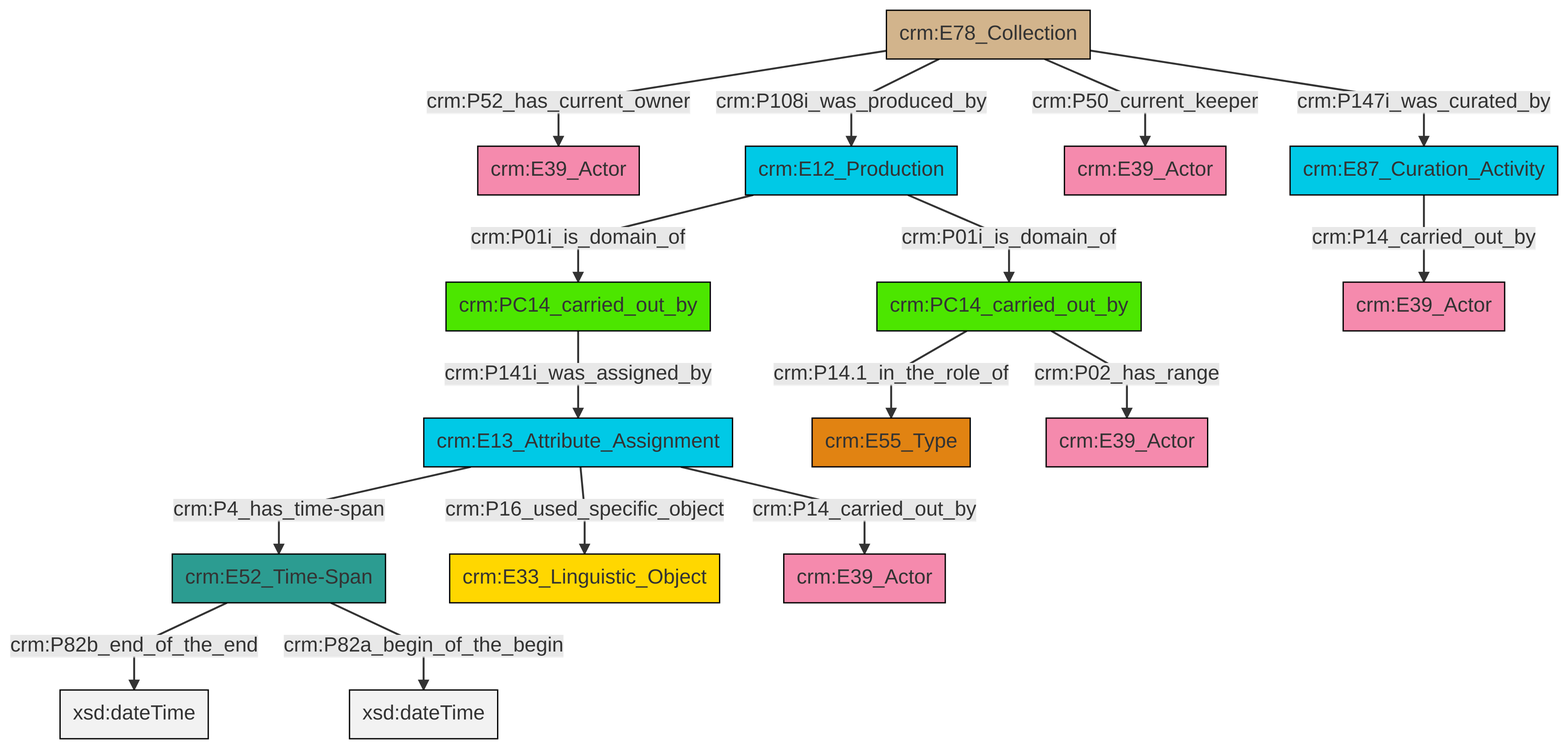
This is et/archivalCSV/ttl/mmd/png/archival_relation.png from swiss-art-research-net/docs.swissartresearch, a Mermaid export, as it was before one commit. Its source is kept beside it as et/archivalCSV/ttl/mmd/archival_relation.ttl.mmd.
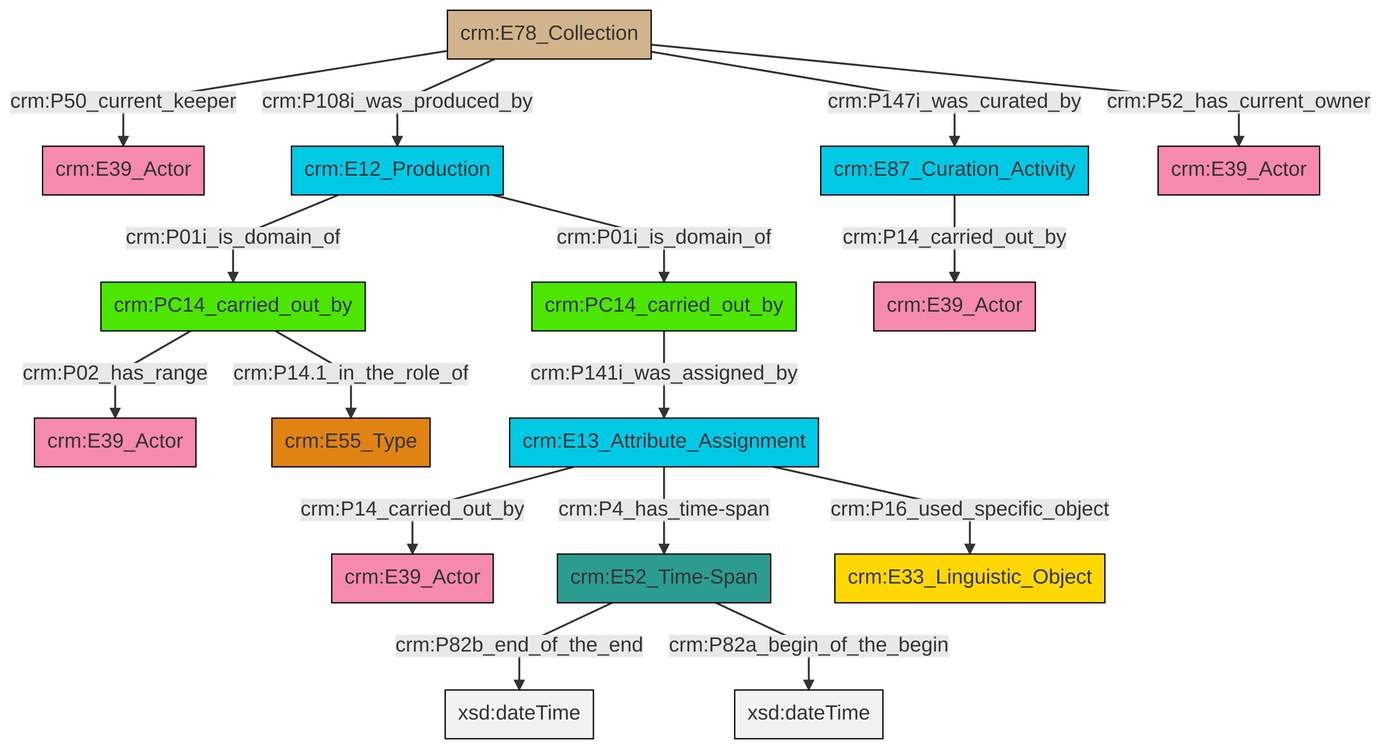
Later version of the same file.

Diff of the diagram source:
```diff
@@ -13,18 +13,18 @@
 classDef PC_Classes fill:#4ce600, stroke:#000000;
 classDef Multi fill:#cccccc,stroke:#000000;
 
-0["crm:E13_Attribute_Assignment"]:::Temporal_Entity -->|crm:P4_has_time-span| 1["crm:E52_Time-Span"]:::Time-Span
-0["crm:E13_Attribute_Assignment"]:::Temporal_Entity -->|crm:P16_used_specific_object| 2["crm:E33_Linguistic_Object"]:::Conceptual_Object
-3["crm:PC14_carried_out_by"]:::PC_Classes -->|crm:P14.1_in_the_role_of| 4["crm:E55_Type"]:::Type
-7["crm:E78_Collection"]:::Physical_Thing -->|crm:P52_has_current_owner| 8["crm:E39_Actor"]:::Actor
-9["crm:E12_Production"]:::Temporal_Entity -->|crm:P01i_is_domain_of| 10["crm:PC14_carried_out_by"]:::PC_Classes
-7["crm:E78_Collection"]:::Physical_Thing -->|crm:P50_current_keeper| 11["crm:E39_Actor"]:::Actor
-13["crm:E87_Curation_Activity"]:::Temporal_Entity -->|crm:P14_carried_out_by| 14["crm:E39_Actor"]:::Actor
-1["crm:E52_Time-Span"]:::Time-Span -->|crm:P82b_end_of_the_end| 15[xsd:dateTime]:::Literal
-7["crm:E78_Collection"]:::Physical_Thing -->|crm:P108i_was_produced_by| 9["crm:E12_Production"]:::Temporal_Entity
-0["crm:E13_Attribute_Assignment"]:::Temporal_Entity -->|crm:P14_carried_out_by| 5["crm:E39_Actor"]:::Actor
-1["crm:E52_Time-Span"]:::Time-Span -->|crm:P82a_begin_of_the_begin| 24[xsd:dateTime]:::Literal
-3["crm:PC14_carried_out_by"]:::PC_Classes -->|crm:P02_has_range| 22["crm:E39_Actor"]:::Actor
-10["crm:PC14_carried_out_by"]:::PC_Classes -->|crm:P141i_was_assigned_by| 0["crm:E13_Attribute_Assignment"]:::Temporal_Entity
-9["crm:E12_Production"]:::Temporal_Entity -->|crm:P01i_is_domain_of| 3["crm:PC14_carried_out_by"]:::PC_Classes
-7["crm:E78_Collection"]:::Physical_Thing -->|crm:P147i_was_curated_by| 13["crm:E87_Curation_Activity"]:::Temporal_Entity
+0["crm:E78_Collection"]:::Physical_Thing -->|crm:P50_current_keeper| 1["crm:E39_Actor"]:::Actor
+0["crm:E78_Collection"]:::Physical_Thing -->|crm:P147i_was_curated_by| 4["crm:E87_Curation_Activity"]:::Temporal_Entity
+6["crm:PC14_carried_out_by"]:::PC_Classes -->|crm:P14.1_in_the_role_of| 7["crm:E55_Type"]:::Type
+8["crm:E13_Attribute_Assignment"]:::Temporal_Entity -->|crm:P14_carried_out_by| 9["crm:E39_Actor"]:::Actor
+10["crm:E12_Production"]:::Temporal_Entity -->|crm:P01i_is_domain_of| 11["crm:PC14_carried_out_by"]:::PC_Classes
+8["crm:E13_Attribute_Assignment"]:::Temporal_Entity -->|crm:P4_has_time-span| 12["crm:E52_Time-Span"]:::Time-Span
+11["crm:PC14_carried_out_by"]:::PC_Classes -->|crm:P141i_was_assigned_by| 8["crm:E13_Attribute_Assignment"]:::Temporal_Entity
+0["crm:E78_Collection"]:::Physical_Thing -->|crm:P108i_was_produced_by| 10["crm:E12_Production"]:::Temporal_Entity
+4["crm:E87_Curation_Activity"]:::Temporal_Entity -->|crm:P14_carried_out_by| 17["crm:E39_Actor"]:::Actor
+8["crm:E13_Attribute_Assignment"]:::Temporal_Entity -->|crm:P16_used_specific_object| 19["crm:E33_Linguistic_Object"]:::Conceptual_Object
+12["crm:E52_Time-Span"]:::Time-Span -->|crm:P82b_end_of_the_end| 21[xsd:dateTime]:::Literal
+0["crm:E78_Collection"]:::Physical_Thing -->|crm:P52_has_current_owner| 22["crm:E39_Actor"]:::Actor
+6["crm:PC14_carried_out_by"]:::PC_Classes -->|crm:P02_has_range| 2["crm:E39_Actor"]:::Actor
+12["crm:E52_Time-Span"]:::Time-Span -->|crm:P82a_begin_of_the_begin| 24[xsd:dateTime]:::Literal
+10["crm:E12_Production"]:::Temporal_Entity -->|crm:P01i_is_domain_of| 6["crm:PC14_carried_out_by"]:::PC_Classes
```
